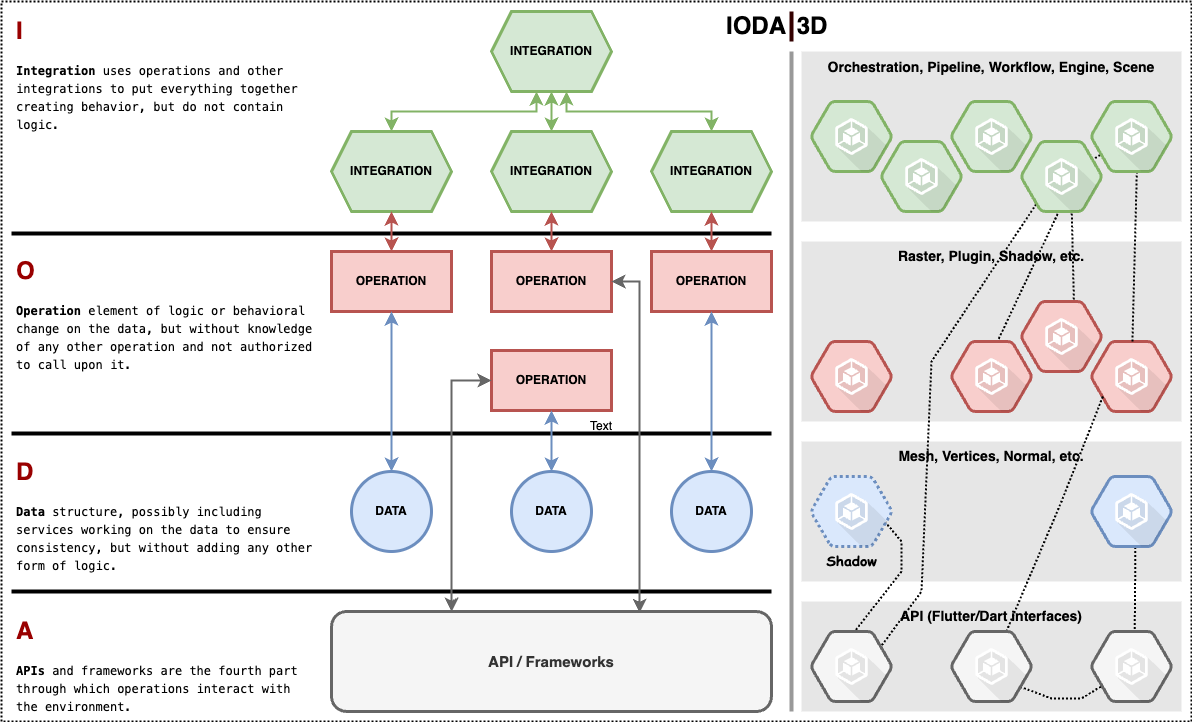
Earlier version of the draw.io export doc/asserts/IODA.png (rdemers/org_framework_ioda3d). Source tidied: cells renumbered, new cells last; positions are measured from the earlier drawing's top-left corner, leaving out a move shared by most shapes.
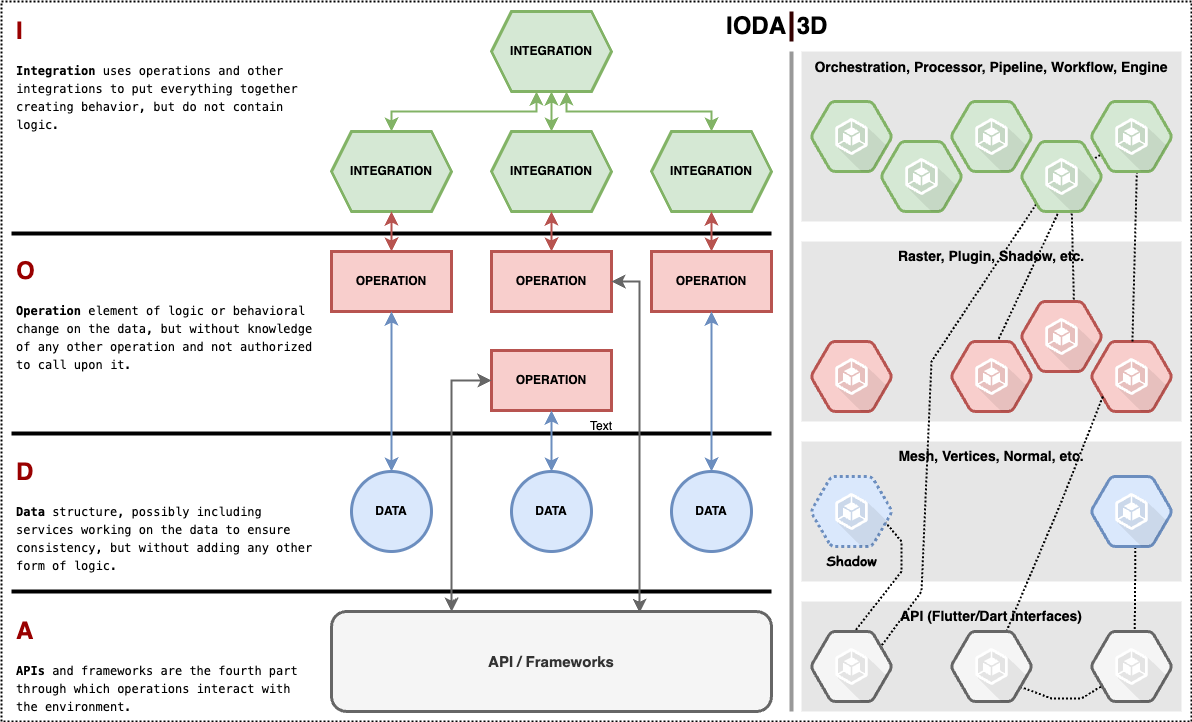
After the commit.

The edit, as a diff of the source:
```diff
@@ -14,7 +14,7 @@
     <mxCell id="5" value="Raster, Plugin, Shadow, etc." style="text;html=1;strokeColor=none;fillColor=#E6E6E6;align=center;verticalAlign=top;whiteSpace=wrap;rounded=0;strokeWidth=1;fontSize=14;fontStyle=1;" parent="1" vertex="1">
       <mxGeometry x="800" y="240" width="380" height="180" as="geometry" />
     </mxCell>
-    <mxCell id="6" value="&lt;font style=&quot;font-size: 14px;&quot;&gt;Orchestration, Pipeline, Workflow, Engine, Scene&lt;/font&gt;" style="text;html=1;strokeColor=none;fillColor=#E6E6E6;align=center;verticalAlign=top;whiteSpace=wrap;rounded=0;strokeWidth=1;fontSize=16;fontStyle=1;" parent="1" vertex="1">
+    <mxCell id="6" value="&lt;font style=&quot;font-size: 14px;&quot;&gt;Orchestration, Processor, Pipeline, Workflow, Engine&lt;/font&gt;" style="text;html=1;strokeColor=none;fillColor=#E6E6E6;align=center;verticalAlign=top;whiteSpace=wrap;rounded=0;strokeWidth=1;fontSize=16;fontStyle=1;" parent="1" vertex="1">
       <mxGeometry x="800" y="50" width="380" height="170" as="geometry" />
     </mxCell>
     <mxCell id="7" value="DATA" style="ellipse;whiteSpace=wrap;html=1;fillColor=#dae8fc;strokeColor=#6c8ebf;fontStyle=1;strokeWidth=3;" parent="1" vertex="1">
```
